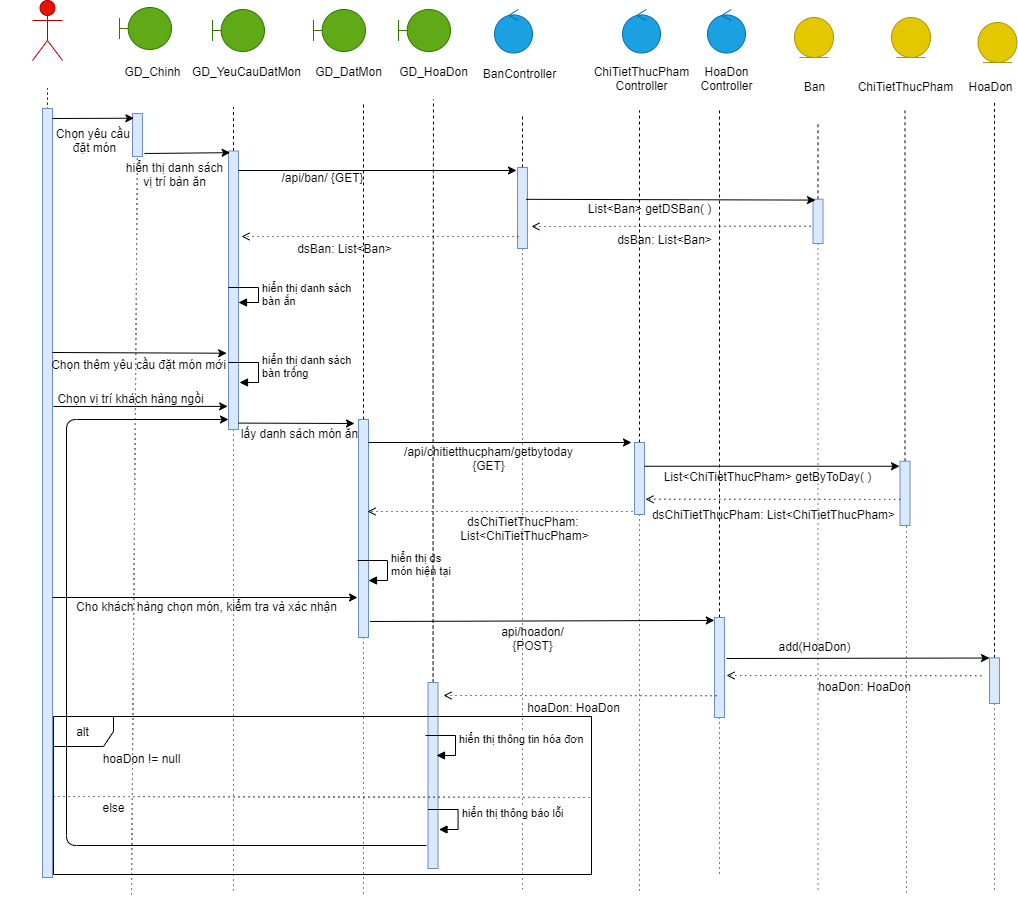
This is Diagram/sequence/UC01.png from thanhliem-SE/management-of-business-restaurant-app, a draw.io export, as it was before one commit. Source tidied: cells renumbered, new cells last; positions are measured from the earlier drawing's top-left corner, leaving out a move shared by most shapes.
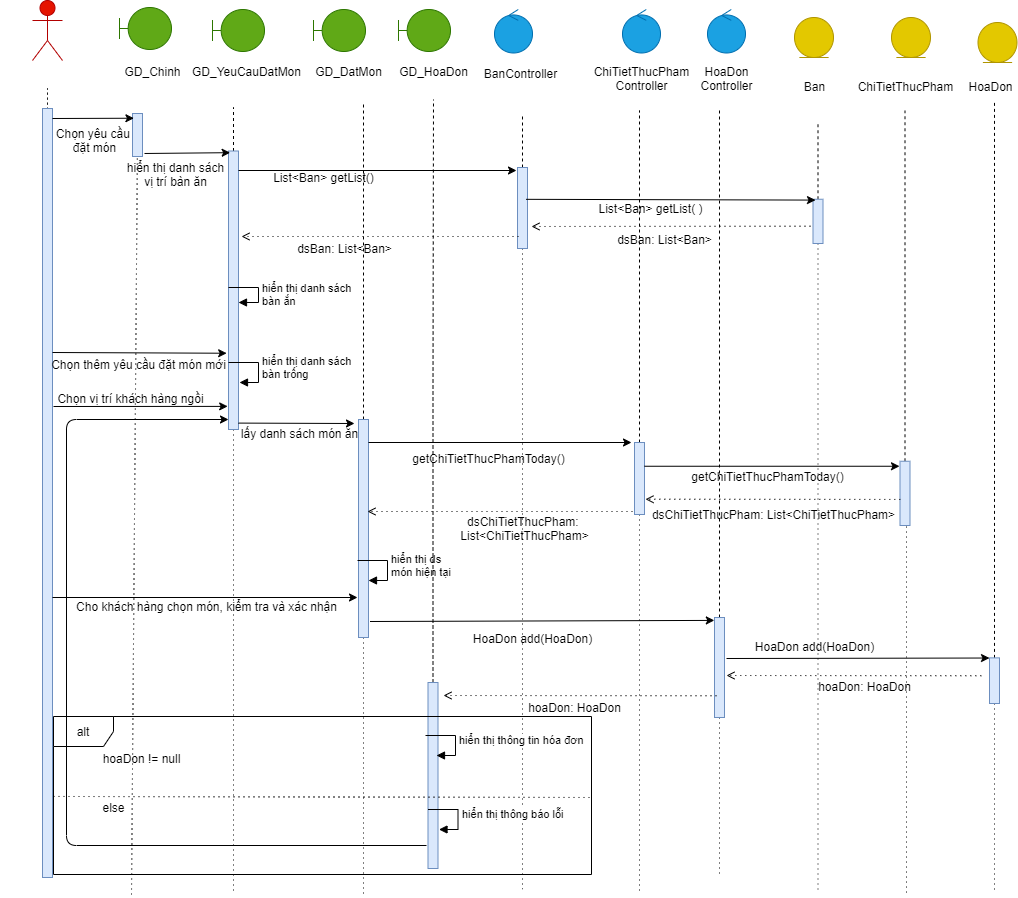
Above is the later version.

What changed in the source:
```diff
@@ -143,16 +143,16 @@
     <mxCell id="40" style="html=1;points=[];perimeter=orthogonalPerimeter;fillColor=#dae8fc;strokeColor=#6c8ebf;" parent="1" vertex="1">
       <mxGeometry x="780.5" y="198.8" width="10" height="44.2" as="geometry" />
     </mxCell>
-    <mxCell id="41" value="/api/ban/ {GET}" style="text;html=1;align=center;verticalAlign=middle;strokeColor=none;fillColor=none;" parent="1" vertex="1">
-      <mxGeometry x="244" y="168" width="92" height="18" as="geometry" />
+    <mxCell id="41" value="List&amp;lt;Ban&amp;gt; getList()" style="text;html=1;align=center;verticalAlign=middle;strokeColor=none;fillColor=none;" parent="1" vertex="1">
+      <mxGeometry x="235" y="168" width="111" height="18" as="geometry" />
     </mxCell>
     <mxCell id="42" style="endArrow=classic;html=1;strokeWidth=1;entryX=0.25;entryY=0.019;entryDx=0;entryDy=0;entryPerimeter=0;" parent="1" edge="1" target="40">
       <mxGeometry relative="1" as="geometry">
         <mxPoint x="493.5" y="198.8" as="sourcePoint" />
       </mxGeometry>
     </mxCell>
-    <mxCell id="43" value="List&amp;lt;Ban&amp;gt; getDSBan( )" style="text;html=1;align=center;verticalAlign=middle;strokeColor=none;fillColor=none;" parent="1" vertex="1">
-      <mxGeometry x="551" y="198.8" width="133" height="18" as="geometry" />
+    <mxCell id="43" value="List&amp;lt;Ban&amp;gt; getList( )" style="text;html=1;align=center;verticalAlign=middle;strokeColor=none;fillColor=none;" parent="1" vertex="1">
+      <mxGeometry x="561" y="198.8" width="114" height="18" as="geometry" />
     </mxCell>
     <mxCell id="44" style="endArrow=open;html=1;strokeWidth=1;dashed=1;dashPattern=1 4;endFill=0;" parent="1" edge="1">
       <mxGeometry relative="1" as="geometry">
@@ -236,8 +236,8 @@
         <mxPoint x="599" y="442" as="targetPoint" />
       </mxGeometry>
     </mxCell>
-    <mxCell id="60" value="/api/chitietthucpham/getbytoday&lt;br&gt;{GET}" style="text;html=1;align=center;verticalAlign=middle;strokeColor=none;fillColor=none;" parent="1" vertex="1">
-      <mxGeometry x="366" y="442" width="179" height="32" as="geometry" />
+    <mxCell id="60" value="getChiTietThucPhamToday()" style="text;html=1;align=center;verticalAlign=middle;strokeColor=none;fillColor=none;" parent="1" vertex="1">
+      <mxGeometry x="375" y="449" width="162" height="18" as="geometry" />
     </mxCell>
     <mxCell id="61" style="edgeStyle=orthogonalEdgeStyle;rounded=0;jettySize=auto;html=1;dashed=1;endArrow=none;endFill=0;strokeWidth=1;" parent="1" edge="1" source="63">
       <mxGeometry relative="1" as="geometry">
@@ -261,8 +261,8 @@
         <mxPoint x="867" y="465.8" as="targetPoint" />
       </mxGeometry>
     </mxCell>
-    <mxCell id="65" value="List&amp;lt;ChiTietThucPham&amp;gt; getByToDay( )" style="text;html=1;align=center;verticalAlign=middle;strokeColor=none;fillColor=none;" parent="1" vertex="1">
-      <mxGeometry x="626" y="466.8" width="218" height="18" as="geometry" />
+    <mxCell id="65" value="getChiTietThucPhamToday()" style="text;html=1;align=center;verticalAlign=middle;strokeColor=none;fillColor=none;" parent="1" vertex="1">
+      <mxGeometry x="654" y="466.8" width="162" height="18" as="geometry" />
     </mxCell>
     <mxCell id="66" value="dsBan: List&amp;lt;Ban&amp;gt;" style="text;html=1;align=center;verticalAlign=middle;strokeColor=none;fillColor=none;" parent="1" vertex="1">
       <mxGeometry x="579" y="229.8" width="105" height="18" as="geometry" />
@@ -326,8 +326,8 @@
         <mxPoint x="337.5" y="621" as="sourcePoint" />
       </mxGeometry>
     </mxCell>
-    <mxCell id="80" value="api/hoadon/&lt;br&gt;{POST}" style="text;html=1;align=center;verticalAlign=middle;strokeColor=none;fillColor=none;" parent="1" vertex="1">
-      <mxGeometry x="463" y="622" width="73" height="32" as="geometry" />
+    <mxCell id="80" value="HoaDon add(HoaDon)" style="text;html=1;align=center;verticalAlign=middle;strokeColor=none;fillColor=none;" parent="1" vertex="1">
+      <mxGeometry x="435" y="629" width="129" height="18" as="geometry" />
     </mxCell>
     <mxCell id="81" style="edgeStyle=orthogonalEdgeStyle;rounded=0;jettySize=auto;html=1;dashed=1;endArrow=none;endFill=0;strokeWidth=1;" parent="1" edge="1" source="83">
       <mxGeometry relative="1" as="geometry">
@@ -347,8 +347,8 @@
         <mxPoint x="694" y="658" as="sourcePoint" />
       </mxGeometry>
     </mxCell>
-    <mxCell id="85" value="add(HoaDon)" style="text;html=1;align=center;verticalAlign=middle;strokeColor=none;fillColor=none;" parent="1" vertex="1">
-      <mxGeometry x="740.5" y="637" width="82" height="18" as="geometry" />
+    <mxCell id="85" value="HoaDon add(HoaDon)" style="text;html=1;align=center;verticalAlign=middle;strokeColor=none;fillColor=none;" parent="1" vertex="1">
+      <mxGeometry x="717.5" y="637" width="129" height="18" as="geometry" />
     </mxCell>
     <mxCell id="86" style="endArrow=open;html=1;strokeWidth=1;dashed=1;dashPattern=1 4;endFill=0;" parent="1" edge="1">
       <mxGeometry relative="1" as="geometry">
```
